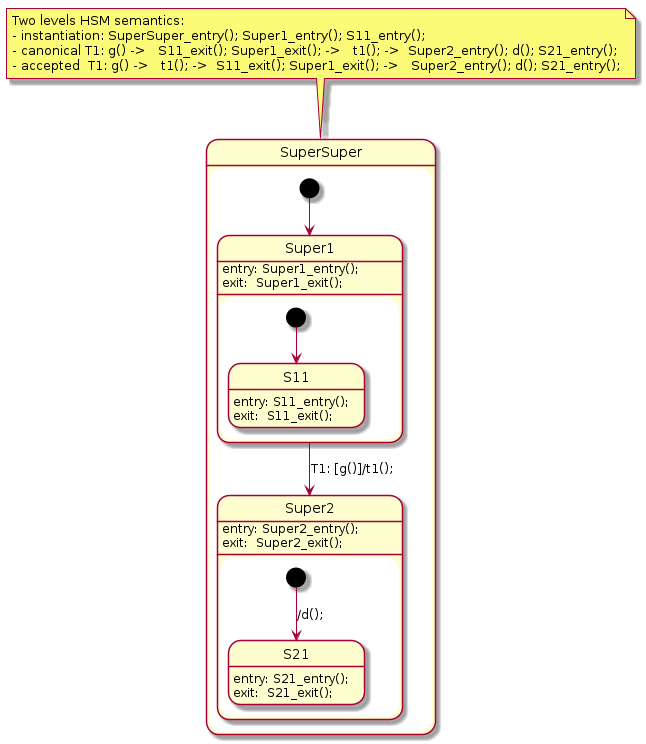
melintea/upml keeps this PlantUML diagram as plantuml/hsm/hsm2.png. Above is the earlier version. Its source is kept beside it as plantuml/hsm/hsm2.plantuml.
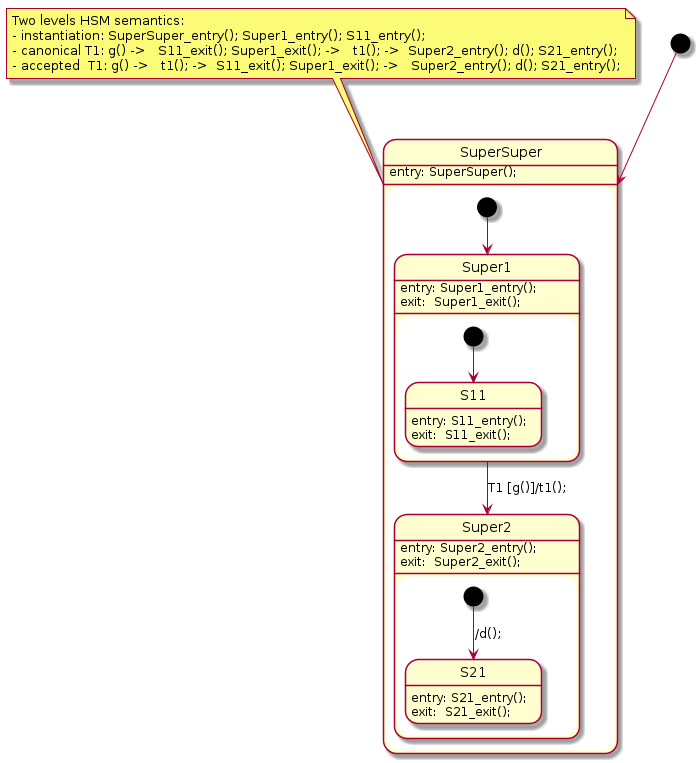
After the commit.

Change to the diagram source:
```diff
@@ -28,9 +28,12 @@
   }
 
   [*] --> Super1
+  SuperSuper: entry: SuperSuper();
 
-  Super1 --> Super2 : T1: [g()]/t1();
+  Super1 --> Super2 : T1 [g()]/t1();
 
 }
 
+[*] --> SuperSuper
+
 @enduml
```
